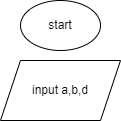
The draw.io diagram 0x00-map_your_mind/1-sorting.png in aribzamayor/alx-onboarding, before a commit. Source tidied: cells renumbered, new cells last; positions are measured from the earlier drawing's top-left corner, leaving out a move shared by most shapes.
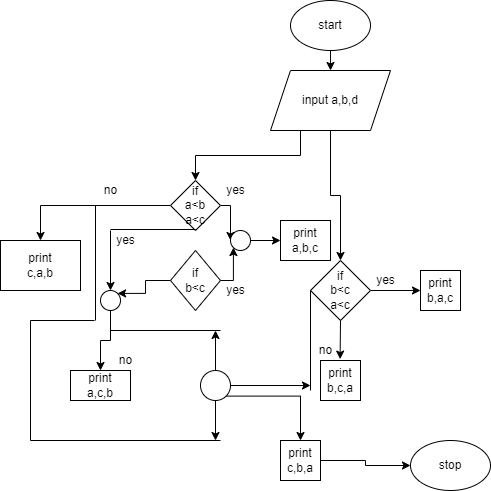
Above is the later version.

The edit, as a diff of the source:
```diff
@@ -2,11 +2,173 @@
   <root>
     <mxCell id="0" />
     <mxCell id="1" parent="0" />
+    <mxCell id="4" style="edgeStyle=orthogonalEdgeStyle;rounded=0;jettySize=auto;html=1;exitX=0.5;exitY=1;exitDx=0;exitDy=0;entryX=0.5;entryY=0;entryDx=0;entryDy=0;" parent="1" edge="1" source="2" target="3">
+      <mxGeometry relative="1" as="geometry" />
+    </mxCell>
     <mxCell id="2" value="start" style="ellipse;whiteSpace=wrap;html=1;" parent="1" vertex="1">
-      <mxGeometry x="20" width="80" height="50" as="geometry" />
+      <mxGeometry x="20" y="-10" width="80" height="50" as="geometry" />
     </mxCell>
+    <mxCell id="5" style="edgeStyle=orthogonalEdgeStyle;rounded=0;jettySize=auto;html=1;exitX=0.25;exitY=1;exitDx=0;exitDy=0;" parent="1" edge="1" source="3" target="9">
+      <mxGeometry relative="1" as="geometry" />
+    </mxCell>
+    <mxCell id="6" style="edgeStyle=orthogonalEdgeStyle;rounded=0;jettySize=auto;html=1;exitX=0.5;exitY=1;exitDx=0;exitDy=0;entryX=0.5;entryY=0;entryDx=0;entryDy=0;" parent="1" edge="1" source="3" target="27">
+      <mxGeometry relative="1" as="geometry" />
+    </mxCell>
     <mxCell id="3" value="input a,b,d" style="shape=parallelogram;perimeter=parallelogramPerimeter;whiteSpace=wrap;html=1;fixedSize=1;" parent="1" vertex="1">
       <mxGeometry y="60" width="120" height="60" as="geometry" />
     </mxCell>
+    <mxCell id="7" style="edgeStyle=orthogonalEdgeStyle;rounded=0;jettySize=auto;html=1;exitX=1;exitY=0.5;exitDx=0;exitDy=0;entryX=0;entryY=0.5;entryDx=0;entryDy=0;" parent="1" edge="1" source="9" target="15">
+      <mxGeometry relative="1" as="geometry" />
+    </mxCell>
+    <mxCell id="8" style="edgeStyle=orthogonalEdgeStyle;rounded=0;jettySize=auto;html=1;exitX=0;exitY=0.5;exitDx=0;exitDy=0;entryX=0.5;entryY=0;entryDx=0;entryDy=0;" parent="1" edge="1" source="9" target="13">
+      <mxGeometry relative="1" as="geometry" />
+    </mxCell>
+    <mxCell id="9" value="if&lt;br&gt;a&amp;lt;b&lt;br&gt;a&amp;lt;c" style="rhombus;whiteSpace=wrap;html=1;" parent="1" vertex="1">
+      <mxGeometry x="-100" y="170" width="50" height="50" as="geometry" />
+    </mxCell>
+    <mxCell id="10" style="edgeStyle=orthogonalEdgeStyle;rounded=0;jettySize=auto;html=1;exitX=1;exitY=0.5;exitDx=0;exitDy=0;entryX=0;entryY=1;entryDx=0;entryDy=0;" parent="1" edge="1" source="12" target="15">
+      <mxGeometry relative="1" as="geometry" />
+    </mxCell>
+    <mxCell id="11" style="edgeStyle=orthogonalEdgeStyle;rounded=0;jettySize=auto;html=1;exitX=0;exitY=0.5;exitDx=0;exitDy=0;entryX=1;entryY=0;entryDx=0;entryDy=0;" parent="1" edge="1" source="12" target="19">
+      <mxGeometry relative="1" as="geometry" />
+    </mxCell>
+    <mxCell id="12" value="if&lt;br&gt;b&amp;lt;c" style="rhombus;whiteSpace=wrap;html=1;" parent="1" vertex="1">
+      <mxGeometry x="-100" y="240" width="50" height="60" as="geometry" />
+    </mxCell>
+    <mxCell id="13" value="print&lt;br&gt;c,a,b" style="rounded=0;whiteSpace=wrap;html=1;" parent="1" vertex="1">
+      <mxGeometry x="-270" y="230" width="80" height="50" as="geometry" />
+    </mxCell>
+    <mxCell id="14" style="edgeStyle=orthogonalEdgeStyle;rounded=0;jettySize=auto;html=1;exitX=1;exitY=0.5;exitDx=0;exitDy=0;entryX=0;entryY=0.5;entryDx=0;entryDy=0;" parent="1" edge="1" source="15" target="16">
+      <mxGeometry relative="1" as="geometry" />
+    </mxCell>
+    <mxCell id="15" style="ellipse;whiteSpace=wrap;html=1;" parent="1" vertex="1">
+      <mxGeometry x="-40" y="220" width="20" height="20" as="geometry" />
+    </mxCell>
+    <mxCell id="16" value="print&lt;br&gt;a,b,c" style="rounded=0;whiteSpace=wrap;html=1;" parent="1" vertex="1">
+      <mxGeometry x="10" y="210" width="50" height="40" as="geometry" />
+    </mxCell>
+    <mxCell id="17" value="print&lt;br&gt;a,c,b" style="rounded=0;whiteSpace=wrap;html=1;" parent="1" vertex="1">
+      <mxGeometry x="-200" y="360" width="60" height="30" as="geometry" />
+    </mxCell>
+    <mxCell id="18" style="edgeStyle=orthogonalEdgeStyle;rounded=0;jettySize=auto;html=1;exitX=0.5;exitY=1;exitDx=0;exitDy=0;entryX=0.5;entryY=0;entryDx=0;entryDy=0;" parent="1" edge="1" source="19" target="17">
+      <mxGeometry relative="1" as="geometry" />
+    </mxCell>
+    <mxCell id="19" style="ellipse;whiteSpace=wrap;html=1;" parent="1" vertex="1">
+      <mxGeometry x="-170" y="280" width="20" height="20" as="geometry" />
+    </mxCell>
+    <mxCell id="20" value="yes" style="text;html=1;align=center;verticalAlign=middle;fillColor=none;strokeColor=none;rounded=0;" parent="1" vertex="1">
+      <mxGeometry x="-50" y="270" width="30" height="20" as="geometry" />
+    </mxCell>
+    <mxCell id="21" value="yes" style="text;html=1;align=center;verticalAlign=middle;fillColor=none;strokeColor=none;rounded=0;" parent="1" vertex="1">
+      <mxGeometry x="-50" y="170" width="30" height="20" as="geometry" />
+    </mxCell>
+    <mxCell id="22" value="no" style="text;html=1;align=center;verticalAlign=middle;fillColor=none;strokeColor=none;rounded=0;" parent="1" vertex="1">
+      <mxGeometry x="-160" y="340" width="30" height="20" as="geometry" />
+    </mxCell>
+    <mxCell id="23" value="yes" style="text;html=1;align=center;verticalAlign=middle;fillColor=none;strokeColor=none;rounded=0;" parent="1" vertex="1">
+      <mxGeometry x="-160" y="220" width="30" height="20" as="geometry" />
+    </mxCell>
+    <mxCell id="24" value="no" style="text;html=1;align=center;verticalAlign=middle;fillColor=none;strokeColor=none;rounded=0;" parent="1" vertex="1">
+      <mxGeometry x="-175" y="170" width="30" height="20" as="geometry" />
+    </mxCell>
+    <mxCell id="25" style="edgeStyle=orthogonalEdgeStyle;rounded=0;jettySize=auto;html=1;exitX=1;exitY=0.5;exitDx=0;exitDy=0;" parent="1" edge="1" source="27" target="28">
+      <mxGeometry relative="1" as="geometry" />
+    </mxCell>
+    <mxCell id="26" style="edgeStyle=orthogonalEdgeStyle;rounded=0;jettySize=auto;html=1;exitX=0.5;exitY=1;exitDx=0;exitDy=0;entryX=0.987;entryY=0.93;entryDx=0;entryDy=0;entryPerimeter=0;" parent="1" edge="1" source="27" target="31">
+      <mxGeometry relative="1" as="geometry" />
+    </mxCell>
+    <mxCell id="27" value="if&lt;br&gt;b&amp;lt;c&lt;br&gt;a&amp;lt;c" style="rhombus;whiteSpace=wrap;html=1;" parent="1" vertex="1">
+      <mxGeometry x="40" y="250" width="60" height="60" as="geometry" />
+    </mxCell>
+    <mxCell id="28" value="print&lt;br&gt;b,a,c" style="whiteSpace=wrap;html=1;" parent="1" vertex="1">
+      <mxGeometry x="150" y="260" width="40" height="40" as="geometry" />
+    </mxCell>
+    <mxCell id="29" value="yes" style="text;html=1;align=center;verticalAlign=middle;fillColor=none;strokeColor=none;rounded=0;" parent="1" vertex="1">
+      <mxGeometry x="100" y="260" width="30" height="20" as="geometry" />
+    </mxCell>
+    <mxCell id="30" value="print&lt;br&gt;b,c,a" style="whiteSpace=wrap;html=1;" parent="1" vertex="1">
+      <mxGeometry x="50" y="350" width="40" height="40" as="geometry" />
+    </mxCell>
+    <mxCell id="31" value="no" style="text;html=1;align=center;verticalAlign=middle;points=[];fillColor=none;strokeColor=none;rounded=0;" parent="1" vertex="1">
+      <mxGeometry x="40" y="330" width="30" height="20" as="geometry" />
+    </mxCell>
+    <mxCell id="32" style="endArrow=none;html=1;rounded=0;" parent="1" edge="1">
+      <mxGeometry relative="1" as="geometry">
+        <mxPoint x="-160" y="219" as="sourcePoint" />
+        <mxPoint x="-75" y="219" as="targetPoint" />
+      </mxGeometry>
+    </mxCell>
+    <mxCell id="33" style="endArrow=classic;html=1;rounded=0;entryX=0.5;entryY=0;entryDx=0;entryDy=0;" parent="1" edge="1" target="19">
+      <mxGeometry relative="1" as="geometry">
+        <mxPoint x="-160" y="220" as="sourcePoint" />
+      </mxGeometry>
+    </mxCell>
+    <mxCell id="34" style="endArrow=none;html=1;rounded=0;" parent="1" edge="1">
+      <mxGeometry relative="1" as="geometry">
+        <mxPoint x="-175" y="310" as="sourcePoint" />
+        <mxPoint x="-175" y="195" as="targetPoint" />
+      </mxGeometry>
+    </mxCell>
+    <mxCell id="35" style="endArrow=none;html=1;rounded=0;" parent="1" edge="1">
+      <mxGeometry relative="1" as="geometry">
+        <mxPoint x="-240" y="310" as="sourcePoint" />
+        <mxPoint x="-176" y="310" as="targetPoint" />
+      </mxGeometry>
+    </mxCell>
+    <mxCell id="36" style="endArrow=none;html=1;rounded=0;" parent="1" edge="1">
+      <mxGeometry relative="1" as="geometry">
+        <mxPoint x="-240" y="430" as="sourcePoint" />
+        <mxPoint x="-240" y="310" as="targetPoint" />
+      </mxGeometry>
+    </mxCell>
+    <mxCell id="37" style="endArrow=none;html=1;rounded=0;" parent="1" edge="1">
+      <mxGeometry relative="1" as="geometry">
+        <mxPoint x="-240" y="430" as="sourcePoint" />
+        <mxPoint x="-50" y="430" as="targetPoint" />
+      </mxGeometry>
+    </mxCell>
+    <mxCell id="38" style="edgeStyle=orthogonalEdgeStyle;rounded=0;jettySize=auto;html=1;exitX=0.5;exitY=1;exitDx=0;exitDy=0;" parent="1" edge="1" source="42">
+      <mxGeometry relative="1" as="geometry">
+        <mxPoint x="-55" y="430" as="targetPoint" />
+      </mxGeometry>
+    </mxCell>
+    <mxCell id="39" style="edgeStyle=orthogonalEdgeStyle;rounded=0;jettySize=auto;html=1;exitX=0.5;exitY=0;exitDx=0;exitDy=0;" parent="1" edge="1" source="42">
+      <mxGeometry relative="1" as="geometry">
+        <mxPoint x="-55" y="320" as="targetPoint" />
+      </mxGeometry>
+    </mxCell>
+    <mxCell id="40" style="edgeStyle=orthogonalEdgeStyle;rounded=0;jettySize=auto;html=1;exitX=1;exitY=0.5;exitDx=0;exitDy=0;" parent="1" edge="1" source="42">
+      <mxGeometry relative="1" as="geometry">
+        <mxPoint x="40" y="375" as="targetPoint" />
+      </mxGeometry>
+    </mxCell>
+    <mxCell id="41" style="edgeStyle=orthogonalEdgeStyle;rounded=0;jettySize=auto;html=1;exitX=1;exitY=1;exitDx=0;exitDy=0;" parent="1" edge="1" source="42">
+      <mxGeometry relative="1" as="geometry">
+        <mxPoint x="30" y="430" as="targetPoint" />
+      </mxGeometry>
+    </mxCell>
+    <mxCell id="42" style="ellipse;whiteSpace=wrap;html=1;" parent="1" vertex="1">
+      <mxGeometry x="-70" y="360" width="30" height="30" as="geometry" />
+    </mxCell>
+    <mxCell id="43" style="endArrow=none;html=1;rounded=0;" parent="1" edge="1">
+      <mxGeometry relative="1" as="geometry">
+        <mxPoint x="-160" y="320" as="sourcePoint" />
+        <mxPoint x="-50" y="320" as="targetPoint" />
+      </mxGeometry>
+    </mxCell>
+    <mxCell id="44" style="endArrow=none;html=1;rounded=0;exitX=0;exitY=0.5;exitDx=0;exitDy=0;" parent="1" edge="1" source="27">
+      <mxGeometry relative="1" as="geometry">
+        <mxPoint x="40" y="380" as="targetPoint" />
+      </mxGeometry>
+    </mxCell>
+    <mxCell id="45" style="edgeStyle=orthogonalEdgeStyle;rounded=0;jettySize=auto;html=1;exitX=1;exitY=0.5;exitDx=0;exitDy=0;entryX=0;entryY=0.5;entryDx=0;entryDy=0;" parent="1" edge="1" source="46" target="47">
+      <mxGeometry relative="1" as="geometry" />
+    </mxCell>
+    <mxCell id="46" value="print&lt;br&gt;c,b,a" style="whiteSpace=wrap;html=1;" parent="1" vertex="1">
+      <mxGeometry x="10" y="430" width="40" height="40" as="geometry" />
+    </mxCell>
+    <mxCell id="47" value="stop" style="ellipse;whiteSpace=wrap;html=1;" parent="1" vertex="1">
+      <mxGeometry x="140" y="430" width="80" height="50" as="geometry" />
+    </mxCell>
   </root>
 </mxGraphModel>
```
